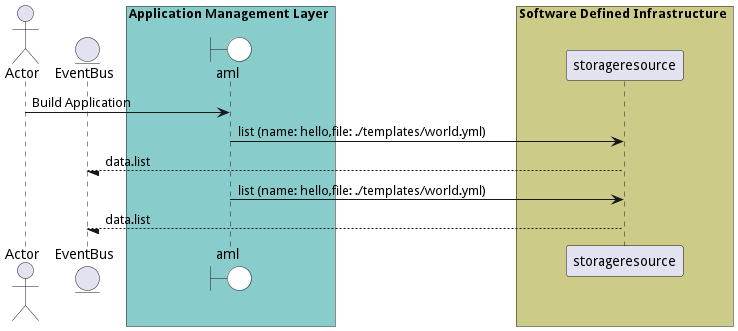
Earlier version of the PlantUML export docs/edgemere/aml/usecases/manageapplications/BuildApplication.png (madajaju/edgemere). Its diagram source:
```plantuml
@startuml

actor "Actor"


entity EventBus

box Application Management Layer #88cccc
    boundary aml #white
end box


box Software Defined Infrastructure #cccc88
            participant storageresource
    end box


"Actor" -> aml: Build Application

    aml -> "storageresource": list (name: hello,file: ./templates/world.yml)

    "storageresource" --/ EventBus: data.list

    aml -> "storageresource": list (name: hello,file: ./templates/world.yml)

    "storageresource" --/ EventBus: data.list



@enduml
```
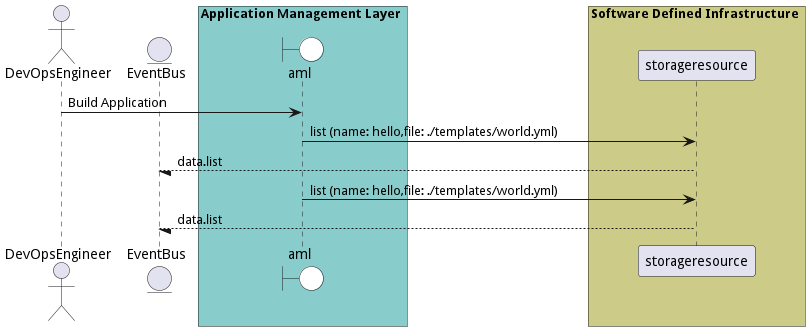
After the change.

The edit, as a diff of the source:
```diff
@@ -1,6 +1,6 @@
 @startuml
 
-actor "Actor"
+actor "DevOpsEngineer"
 
 
 entity EventBus
@@ -15,7 +15,7 @@
     end box
 
 
-"Actor" -> aml: Build Application
+"DevOpsEngineer" -> aml: Build Application
 
     aml -> "storageresource": list (name: hello,file: ./templates/world.yml)
 
```
